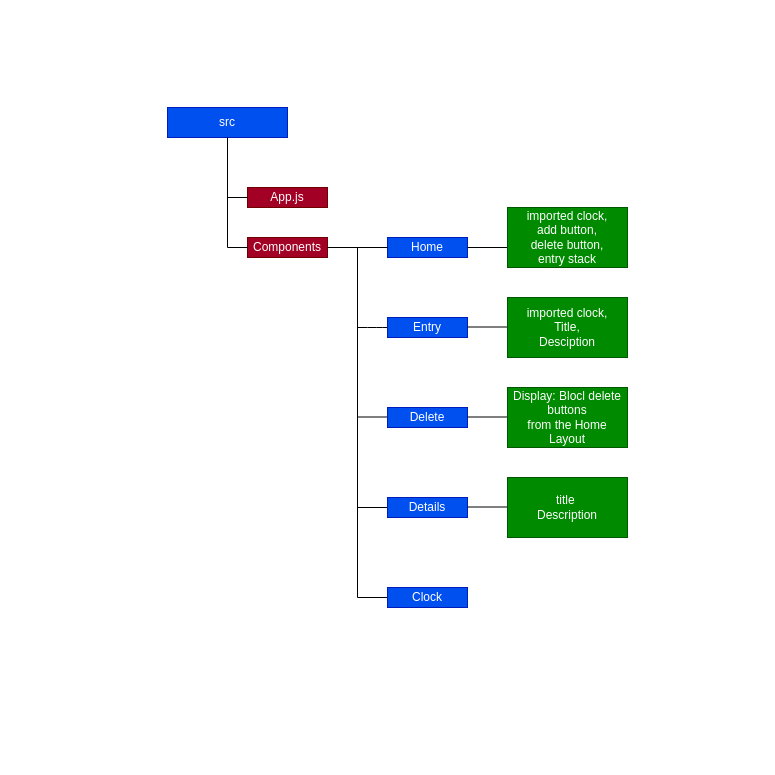
Earlier version of the draw.io diagram Structure.drawio (SheshanFernando2021/LongDay-ReactAnd.Net). Source tidied: cells renumbered, new cells numbered last; positions are measured from the earlier drawing's top-left corner, leaving out a move shared by most shapes. Both pictures are drawn from the tidied source at 100%, with x=0, y=0 at pixel (167, 107).
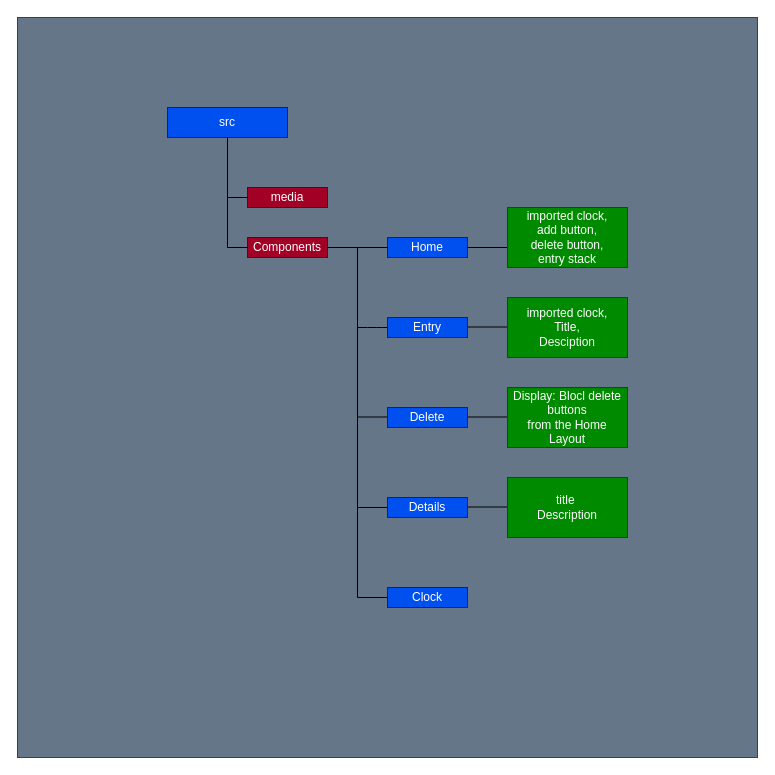
The same diagram, later.

The change refers to these unchanged cells:
```xml
<mxCell id="2" value="src" style="rounded=0;whiteSpace=wrap;html=1;fillColor=#0050ef;fontColor=#ffffff;strokeColor=#001DBC;" parent="1" vertex="1">
  <mxGeometry width="120" height="30" as="geometry" />
</mxCell>
<mxCell id="5" value="Components" style="rounded=0;whiteSpace=wrap;html=1;fillColor=#a20025;fontColor=#ffffff;strokeColor=#6F0000;" parent="1" vertex="1">
  <mxGeometry x="80" y="130" width="80" height="20" as="geometry" />
</mxCell>
<mxCell id="8" value="Home" style="rounded=0;whiteSpace=wrap;html=1;fillColor=#0050ef;fontColor=#ffffff;strokeColor=#001DBC;" parent="1" vertex="1">
  <mxGeometry x="220" y="130" width="80" height="20" as="geometry" />
</mxCell>
```

What changed in the source:
```diff
@@
+    <mxCell id="27" style="whiteSpace=wrap;html=1;fillColor=#647687;strokeColor=#314354;fontColor=#ffffff;" parent="1" vertex="1">
+      <mxGeometry x="-150" y="-90" width="740" height="740" as="geometry" />
+    </mxCell>
@@
-    <mxCell id="3" value="App.js" style="rounded=0;whiteSpace=wrap;html=1;fillColor=#a20025;fontColor=#ffffff;strokeColor=#6F0000;" parent="1" vertex="1">
-      <mxGeometry x="80" y="80" width="80" height="20" as="geometry" />
-    </mxCell>
-    <mxCell id="4" style="endArrow=none;html=1;entryX=0;entryY=0.5;entryDx=0;entryDy=0;" parent="1" edge="1" target="3">
-      <mxGeometry relative="1" as="geometry">
-        <mxPoint x="60" y="90" as="sourcePoint" />
-      </mxGeometry>
-    </mxCell>
+    <mxCell id="28" value="media" style="rounded=0;whiteSpace=wrap;html=1;fillColor=#a20025;fontColor=#ffffff;strokeColor=#6F0000;" parent="1" vertex="1">
+      <mxGeometry x="80" y="80" width="80" height="20" as="geometry" />
+    </mxCell>
+    <mxCell id="29" style="endArrow=none;html=1;entryX=0;entryY=0.5;entryDx=0;entryDy=0;" parent="1" edge="1" target="28">
+      <mxGeometry relative="1" as="geometry">
+        <mxPoint x="60" y="90" as="sourcePoint" />
+      </mxGeometry>
+    </mxCell>
@@
-    <mxCell id="6" style="endArrow=none;html=1;entryX=0;entryY=0.5;entryDx=0;entryDy=0;" parent="1" edge="1" target="5">
-      <mxGeometry relative="1" as="geometry">
-        <mxPoint x="60" y="140" as="sourcePoint" />
-      </mxGeometry>
-    </mxCell>
-    <mxCell id="7" style="endArrow=none;html=1;exitX=0.5;exitY=1;exitDx=0;exitDy=0;" parent="1" edge="1" source="2">
-      <mxGeometry relative="1" as="geometry">
-        <mxPoint x="60" y="140" as="targetPoint" />
-      </mxGeometry>
-    </mxCell>
+    <mxCell id="30" style="endArrow=none;html=1;entryX=0;entryY=0.5;entryDx=0;entryDy=0;" parent="1" edge="1" target="5">
+      <mxGeometry relative="1" as="geometry">
+        <mxPoint x="60" y="140" as="sourcePoint" />
+      </mxGeometry>
+    </mxCell>
+    <mxCell id="31" style="endArrow=none;html=1;exitX=0.5;exitY=1;exitDx=0;exitDy=0;" parent="1" edge="1" source="2">
+      <mxGeometry relative="1" as="geometry">
+        <mxPoint x="60" y="140" as="targetPoint" />
+      </mxGeometry>
+    </mxCell>
@@
-    <mxCell id="10" style="endArrow=none;html=1;" parent="1" edge="1">
-      <mxGeometry relative="1" as="geometry">
-        <mxPoint x="190" y="140" as="sourcePoint" />
-        <mxPoint x="190" y="490" as="targetPoint" />
-      </mxGeometry>
-    </mxCell>
-    <mxCell id="11" style="endArrow=none;html=1;" parent="1" edge="1">
-      <mxGeometry relative="1" as="geometry">
-        <mxPoint x="190" y="220" as="sourcePoint" />
-        <mxPoint x="220" y="220" as="targetPoint" />
-        <Array as="points">
-          <mxPoint x="210" y="220" />
-        </Array>
-      </mxGeometry>
-    </mxCell>
-    <mxCell id="12" style="endArrow=none;html=1;" parent="1" edge="1">
-      <mxGeometry relative="1" as="geometry">
-        <mxPoint x="190" y="309.5" as="sourcePoint" />
-        <mxPoint x="220" y="309.5" as="targetPoint" />
-      </mxGeometry>
-    </mxCell>
+    <mxCell id="32" style="endArrow=none;html=1;" parent="1" edge="1">
+      <mxGeometry relative="1" as="geometry">
+        <mxPoint x="190" y="140" as="sourcePoint" />
+        <mxPoint x="190" y="490" as="targetPoint" />
+      </mxGeometry>
+    </mxCell>
+    <mxCell id="33" style="endArrow=none;html=1;" parent="1" edge="1">
+      <mxGeometry relative="1" as="geometry">
+        <mxPoint x="190" y="220" as="sourcePoint" />
+        <mxPoint x="220" y="220" as="targetPoint" />
+        <Array as="points">
+          <mxPoint x="210" y="220" />
+        </Array>
+      </mxGeometry>
+    </mxCell>
+    <mxCell id="34" style="endArrow=none;html=1;" parent="1" edge="1">
+      <mxGeometry relative="1" as="geometry">
+        <mxPoint x="190" y="309.5" as="sourcePoint" />
+        <mxPoint x="220" y="309.5" as="targetPoint" />
+      </mxGeometry>
+    </mxCell>
@@
-    <mxCell id="15" style="endArrow=none;html=1;exitX=1;exitY=0.5;exitDx=0;exitDy=0;" parent="1" edge="1" source="8">
-      <mxGeometry relative="1" as="geometry">
-        <mxPoint x="340" y="140" as="targetPoint" />
-      </mxGeometry>
-    </mxCell>
-    <mxCell id="16" style="endArrow=none;html=1;" parent="1" edge="1">
-      <mxGeometry relative="1" as="geometry">
-        <mxPoint x="190" y="400" as="sourcePoint" />
-        <mxPoint x="220" y="400" as="targetPoint" />
-      </mxGeometry>
-    </mxCell>
+    <mxCell id="35" style="endArrow=none;html=1;exitX=1;exitY=0.5;exitDx=0;exitDy=0;" parent="1" edge="1" source="8">
+      <mxGeometry relative="1" as="geometry">
+        <mxPoint x="340" y="140" as="targetPoint" />
+      </mxGeometry>
+    </mxCell>
+    <mxCell id="36" style="endArrow=none;html=1;" parent="1" edge="1">
+      <mxGeometry relative="1" as="geometry">
+        <mxPoint x="190" y="400" as="sourcePoint" />
+        <mxPoint x="220" y="400" as="targetPoint" />
+      </mxGeometry>
+    </mxCell>
@@
-    <mxCell id="18" style="endArrow=none;html=1;" parent="1" edge="1">
-      <mxGeometry relative="1" as="geometry">
-        <mxPoint x="190" y="490" as="sourcePoint" />
-        <mxPoint x="220" y="490" as="targetPoint" />
-      </mxGeometry>
-    </mxCell>
+    <mxCell id="37" style="endArrow=none;html=1;" parent="1" edge="1">
+      <mxGeometry relative="1" as="geometry">
+        <mxPoint x="190" y="490" as="sourcePoint" />
+        <mxPoint x="220" y="490" as="targetPoint" />
+      </mxGeometry>
+    </mxCell>
@@
-    <mxCell id="21" style="endArrow=none;html=1;exitX=1;exitY=0.5;exitDx=0;exitDy=0;" parent="1" edge="1">
-      <mxGeometry relative="1" as="geometry">
-        <mxPoint x="300" y="219.5" as="sourcePoint" />
-        <mxPoint x="340" y="219.5" as="targetPoint" />
-      </mxGeometry>
-    </mxCell>
+    <mxCell id="38" style="endArrow=none;html=1;exitX=1;exitY=0.5;exitDx=0;exitDy=0;" parent="1" edge="1">
+      <mxGeometry relative="1" as="geometry">
+        <mxPoint x="300" y="219.5" as="sourcePoint" />
+        <mxPoint x="340" y="219.5" as="targetPoint" />
+      </mxGeometry>
+    </mxCell>
@@
-    <mxCell id="23" style="endArrow=none;html=1;exitX=1;exitY=0.5;exitDx=0;exitDy=0;" parent="1" edge="1">
-      <mxGeometry relative="1" as="geometry">
-        <mxPoint x="300" y="309.5" as="sourcePoint" />
-        <mxPoint x="340" y="309.5" as="targetPoint" />
-      </mxGeometry>
-    </mxCell>
+    <mxCell id="39" style="endArrow=none;html=1;exitX=1;exitY=0.5;exitDx=0;exitDy=0;" parent="1" edge="1">
+      <mxGeometry relative="1" as="geometry">
+        <mxPoint x="300" y="309.5" as="sourcePoint" />
+        <mxPoint x="340" y="309.5" as="targetPoint" />
+      </mxGeometry>
+    </mxCell>
@@
-    <mxCell id="25" style="endArrow=none;html=1;exitX=1;exitY=0.5;exitDx=0;exitDy=0;" parent="1" edge="1">
-      <mxGeometry relative="1" as="geometry">
-        <mxPoint x="300" y="399.5" as="sourcePoint" />
-        <mxPoint x="340" y="399.5" as="targetPoint" />
-      </mxGeometry>
-    </mxCell>
+    <mxCell id="40" style="endArrow=none;html=1;exitX=1;exitY=0.5;exitDx=0;exitDy=0;" parent="1" edge="1">
+      <mxGeometry relative="1" as="geometry">
+        <mxPoint x="300" y="399.5" as="sourcePoint" />
+        <mxPoint x="340" y="399.5" as="targetPoint" />
+      </mxGeometry>
+    </mxCell>
```
